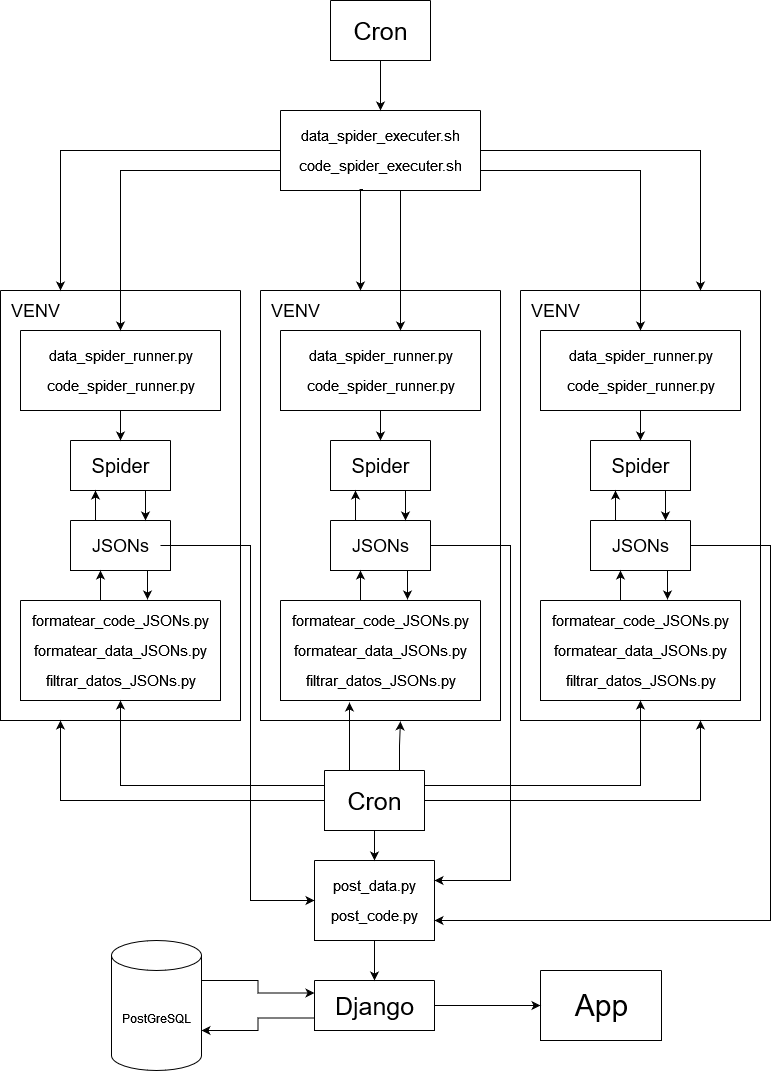
The draw.io diagram TFG_template/fig/arquitectura.png in ArkaitzOderiz/ScrapyScraping, before a commit. Source tidied: cells renumbered, new cells last; positions are measured from the earlier drawing's top-left corner, leaving out a move shared by most shapes.
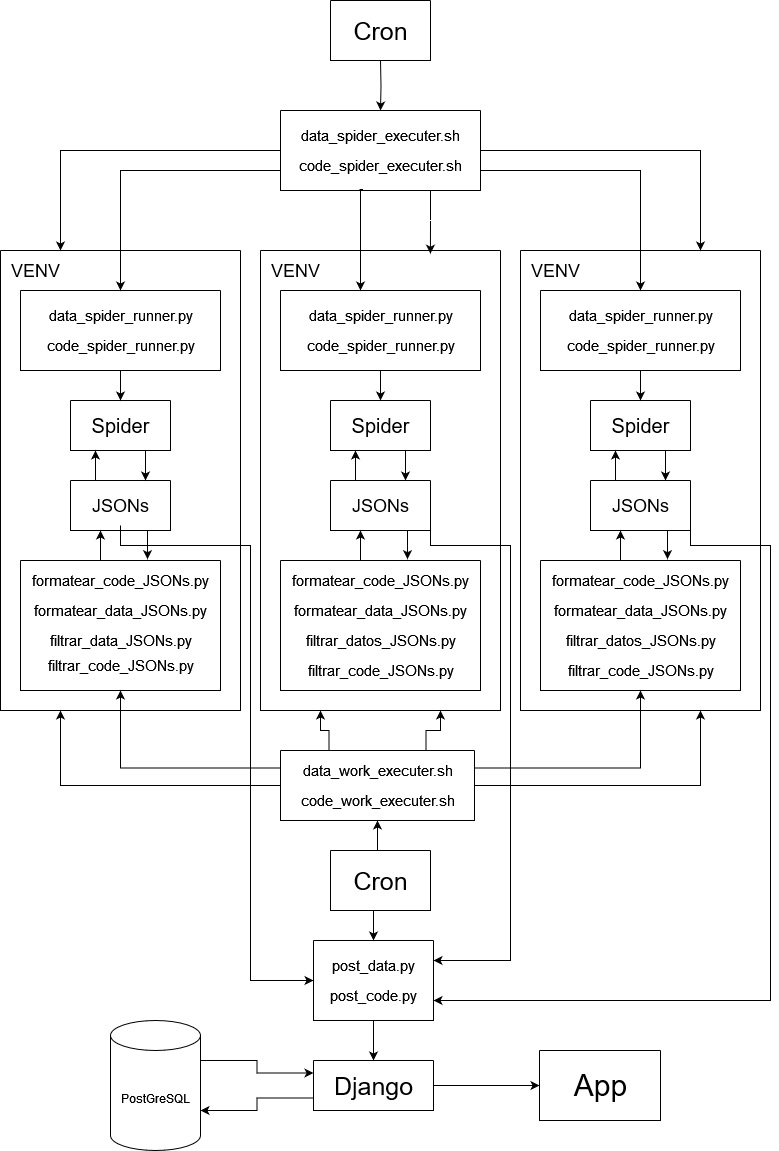
The same diagram one commit later.

Change to the diagram source:
```diff
@@ -3,7 +3,7 @@
     <mxCell id="0" />
     <mxCell id="1" parent="0" />
     <mxCell id="2" style="swimlane;startSize=0;" parent="1" vertex="1">
-      <mxGeometry y="290" width="240" height="430" as="geometry" />
+      <mxGeometry y="250" width="240" height="460" as="geometry" />
     </mxCell>
     <mxCell id="3" style="edgeStyle=orthogonalEdgeStyle;rounded=0;jettySize=auto;html=1;exitX=0.75;exitY=1;exitDx=0;exitDy=0;entryX=0.75;entryY=0;entryDx=0;entryDy=0;" parent="2" edge="1" source="4" target="7">
       <mxGeometry relative="1" as="geometry" />
@@ -40,14 +40,14 @@
     </mxCell>
     <mxCell id="14" style="edgeStyle=orthogonalEdgeStyle;rounded=0;jettySize=auto;html=1;" parent="1" edge="1" source="15">
       <mxGeometry relative="1" as="geometry">
-        <mxPoint x="100" y="570" as="targetPoint" />
+        <mxPoint x="100" y="530" as="targetPoint" />
         <Array as="points">
-          <mxPoint x="100" y="570" />
+          <mxPoint x="100" y="530" />
         </Array>
       </mxGeometry>
     </mxCell>
     <mxCell id="15" style="swimlane;startSize=0;" parent="1" vertex="1">
-      <mxGeometry x="20" y="600" width="200" height="100" as="geometry" />
+      <mxGeometry x="20" y="560" width="200" height="130" as="geometry" />
     </mxCell>
     <mxCell id="16" value="formatear_code_JSONs.py" style="text;html=1;align=center;verticalAlign=middle;strokeColor=none;fillColor=none;fontSize=15;" parent="15" vertex="1">
       <mxGeometry y="5" width="200" height="30" as="geometry" />
@@ -55,14 +55,17 @@
     <mxCell id="17" value="formatear_data_JSONs.py" style="text;html=1;align=center;verticalAlign=middle;strokeColor=none;fillColor=none;fontSize=15;" parent="15" vertex="1">
       <mxGeometry y="35" width="200" height="30" as="geometry" />
     </mxCell>
-    <mxCell id="18" value="filtrar_datos_JSONs.py" style="text;html=1;align=center;verticalAlign=middle;strokeColor=none;fillColor=none;fontSize=15;" parent="15" vertex="1">
+    <mxCell id="18" value="filtrar_data_JSONs.py" style="text;html=1;align=center;verticalAlign=middle;strokeColor=none;fillColor=none;fontSize=15;" parent="15" vertex="1">
       <mxGeometry x="15" y="65" width="170" height="30" as="geometry" />
     </mxCell>
+    <mxCell id="92" value="filtrar_code_JSONs.py" style="text;html=1;align=center;verticalAlign=middle;strokeColor=none;fillColor=none;fontSize=15;" parent="15" vertex="1">
+      <mxGeometry x="15" y="90" width="170" height="30" as="geometry" />
+    </mxCell>
     <mxCell id="19" style="edgeStyle=orthogonalEdgeStyle;rounded=0;jettySize=auto;html=1;exitX=0.75;exitY=1;exitDx=0;exitDy=0;entryX=0.635;entryY=-0.01;entryDx=0;entryDy=0;entryPerimeter=0;" parent="1" edge="1" source="7" target="15">
       <mxGeometry relative="1" as="geometry" />
     </mxCell>
     <mxCell id="20" style="swimlane;startSize=0;" parent="1" vertex="1">
-      <mxGeometry x="260" y="290" width="240" height="430" as="geometry" />
+      <mxGeometry x="260" y="250" width="240" height="460" as="geometry" />
     </mxCell>
     <mxCell id="21" style="edgeStyle=orthogonalEdgeStyle;rounded=0;jettySize=auto;html=1;exitX=0.75;exitY=1;exitDx=0;exitDy=0;entryX=0.75;entryY=0;entryDx=0;entryDy=0;" parent="20" edge="1" source="22" target="25">
       <mxGeometry relative="1" as="geometry" />
@@ -98,7 +101,7 @@
       <mxGeometry width="70" height="40" as="geometry" />
     </mxCell>
     <mxCell id="32" style="swimlane;startSize=0;" parent="20" vertex="1">
-      <mxGeometry x="20" y="310" width="200" height="100" as="geometry" />
+      <mxGeometry x="20" y="310" width="200" height="130" as="geometry" />
     </mxCell>
     <mxCell id="33" value="formatear_code_JSONs.py" style="text;html=1;align=center;verticalAlign=middle;strokeColor=none;fillColor=none;fontSize=15;" parent="32" vertex="1">
       <mxGeometry y="5" width="200" height="30" as="geometry" />
@@ -109,19 +112,22 @@
     <mxCell id="35" value="filtrar_datos_JSONs.py" style="text;html=1;align=center;verticalAlign=middle;strokeColor=none;fillColor=none;fontSize=15;" parent="32" vertex="1">
       <mxGeometry x="15" y="65" width="170" height="30" as="geometry" />
     </mxCell>
+    <mxCell id="93" value="filtrar_code_JSONs.py" style="text;html=1;align=center;verticalAlign=middle;strokeColor=none;fillColor=none;fontSize=15;" parent="32" vertex="1">
+      <mxGeometry x="15" y="95" width="170" height="30" as="geometry" />
+    </mxCell>
     <mxCell id="36" style="edgeStyle=orthogonalEdgeStyle;rounded=0;jettySize=auto;html=1;exitX=0.75;exitY=1;exitDx=0;exitDy=0;entryX=0.635;entryY=-0.01;entryDx=0;entryDy=0;entryPerimeter=0;" parent="20" edge="1" source="25" target="32">
       <mxGeometry relative="1" as="geometry" />
     </mxCell>
     <mxCell id="37" style="edgeStyle=orthogonalEdgeStyle;rounded=0;jettySize=auto;html=1;" parent="1" edge="1" source="32">
       <mxGeometry relative="1" as="geometry">
-        <mxPoint x="360" y="570" as="targetPoint" />
+        <mxPoint x="360" y="530" as="targetPoint" />
         <Array as="points">
-          <mxPoint x="360" y="570" />
+          <mxPoint x="360" y="530" />
         </Array>
       </mxGeometry>
     </mxCell>
     <mxCell id="38" style="swimlane;startSize=0;" parent="1" vertex="1">
-      <mxGeometry x="520" y="290" width="240" height="430" as="geometry" />
+      <mxGeometry x="520" y="250" width="240" height="460" as="geometry" />
     </mxCell>
     <mxCell id="39" style="edgeStyle=orthogonalEdgeStyle;rounded=0;jettySize=auto;html=1;exitX=0.75;exitY=1;exitDx=0;exitDy=0;entryX=0.75;entryY=0;entryDx=0;entryDy=0;" parent="38" edge="1" source="40" target="43">
       <mxGeometry relative="1" as="geometry" />
@@ -158,14 +164,14 @@
     </mxCell>
     <mxCell id="50" style="edgeStyle=orthogonalEdgeStyle;rounded=0;jettySize=auto;html=1;" parent="1" edge="1" source="51">
       <mxGeometry relative="1" as="geometry">
-        <mxPoint x="620" y="570" as="targetPoint" />
+        <mxPoint x="620" y="530" as="targetPoint" />
         <Array as="points">
-          <mxPoint x="620" y="570" />
+          <mxPoint x="620" y="530" />
         </Array>
       </mxGeometry>
     </mxCell>
     <mxCell id="51" style="swimlane;startSize=0;" parent="1" vertex="1">
-      <mxGeometry x="540" y="600" width="200" height="100" as="geometry" />
+      <mxGeometry x="540" y="560" width="200" height="130" as="geometry" />
     </mxCell>
     <mxCell id="52" value="formatear_code_JSONs.py" style="text;html=1;align=center;verticalAlign=middle;strokeColor=none;fillColor=none;fontSize=15;" parent="51" vertex="1">
       <mxGeometry y="5" width="200" height="30" as="geometry" />
@@ -176,6 +182,9 @@
     <mxCell id="54" value="filtrar_datos_JSONs.py" style="text;html=1;align=center;verticalAlign=middle;strokeColor=none;fillColor=none;fontSize=15;" parent="51" vertex="1">
       <mxGeometry x="15" y="65" width="170" height="30" as="geometry" />
     </mxCell>
+    <mxCell id="94" value="filtrar_code_JSONs.py" style="text;html=1;align=center;verticalAlign=middle;strokeColor=none;fillColor=none;fontSize=15;" parent="51" vertex="1">
+      <mxGeometry x="15" y="95" width="170" height="30" as="geometry" />
+    </mxCell>
     <mxCell id="55" style="edgeStyle=orthogonalEdgeStyle;rounded=0;jettySize=auto;html=1;exitX=0.75;exitY=1;exitDx=0;exitDy=0;entryX=0.635;entryY=-0.01;entryDx=0;entryDy=0;entryPerimeter=0;" parent="1" edge="1" source="43" target="51">
       <mxGeometry relative="1" as="geometry" />
     </mxCell>
@@ -201,15 +210,9 @@
         </Array>
       </mxGeometry>
     </mxCell>
-    <mxCell id="61" style="edgeStyle=orthogonalEdgeStyle;rounded=0;jettySize=auto;html=1;exitX=0.605;exitY=1;exitDx=0;exitDy=0;exitPerimeter=0;" parent="1" edge="1" source="62">
-      <mxGeometry relative="1" as="geometry">
-        <mxPoint x="400" y="330" as="targetPoint" />
-        <Array as="points">
-          <mxPoint x="400" y="190" />
-          <mxPoint x="400" y="330" />
-        </Array>
-      </mxGeometry>
-    </mxCell>
+    <mxCell id="95" style="edgeStyle=orthogonalEdgeStyle;rounded=0;jettySize=auto;html=1;exitX=0.75;exitY=1;exitDx=0;exitDy=0;entryX=0.708;entryY=0.007;entryDx=0;entryDy=0;entryPerimeter=0;" parent="1" edge="1" source="62" target="20">
+      <mxGeometry relative="1" as="geometry" />
+    </mxCell>
     <mxCell id="62" style="swimlane;startSize=0;" parent="1" vertex="1">
       <mxGeometry x="280" y="110" width="200" height="80" as="geometry" />
     </mxCell>
@@ -219,20 +222,16 @@
     <mxCell id="64" value="data_spider_executer.sh" style="text;html=1;align=center;verticalAlign=middle;strokeColor=none;fillColor=none;fontSize=15;" parent="62" vertex="1">
       <mxGeometry x="10" y="10" width="180" height="30" as="geometry" />
     </mxCell>
-    <mxCell id="65" style="edgeStyle=orthogonalEdgeStyle;rounded=0;jettySize=auto;html=1;exitX=0.5;exitY=1;exitDx=0;exitDy=0;entryX=0.5;entryY=0;entryDx=0;entryDy=0;" parent="1" edge="1" source="66" target="62">
-      <mxGeometry relative="1" as="geometry" />
+    <mxCell id="65" style="edgeStyle=orthogonalEdgeStyle;rounded=0;jettySize=auto;html=1;exitX=0.5;exitY=1;exitDx=0;exitDy=0;entryX=0.5;entryY=0;entryDx=0;entryDy=0;" parent="1" edge="1" target="62">
+      <mxGeometry relative="1" as="geometry">
+        <mxPoint x="380" y="60" as="sourcePoint" />
+      </mxGeometry>
     </mxCell>
-    <mxCell id="66" style="swimlane;startSize=0;" parent="1" vertex="1">
-      <mxGeometry x="330" width="100" height="60" as="geometry" />
-    </mxCell>
-    <mxCell id="67" value="Cron" style="text;html=1;align=center;verticalAlign=middle;strokeColor=none;fillColor=none;fontSize=25;" parent="66" vertex="1">
-      <mxGeometry x="10" y="10" width="80" height="40" as="geometry" />
-    </mxCell>
     <mxCell id="68" style="edgeStyle=orthogonalEdgeStyle;rounded=0;jettySize=auto;html=1;exitX=0.5;exitY=1;exitDx=0;exitDy=0;entryX=0.5;entryY=0;entryDx=0;entryDy=0;" parent="1" edge="1" source="69" target="77">
       <mxGeometry relative="1" as="geometry" />
     </mxCell>
     <mxCell id="69" style="swimlane;startSize=0;" parent="1" vertex="1">
-      <mxGeometry x="314" y="860" width="120" height="80" as="geometry" />
+      <mxGeometry x="313" y="940" width="120" height="80" as="geometry" />
     </mxCell>
     <mxCell id="70" value="post_data.py" style="text;html=1;align=center;verticalAlign=middle;strokeColor=none;fillColor=none;fontSize=15;" parent="69" vertex="1">
       <mxGeometry x="5" y="10" width="110" height="30" as="geometry" />
@@ -243,24 +242,27 @@
     <mxCell id="72" style="edgeStyle=orthogonalEdgeStyle;rounded=0;jettySize=auto;html=1;entryX=0;entryY=0.5;entryDx=0;entryDy=0;" parent="1" edge="1" source="8" target="69">
       <mxGeometry relative="1" as="geometry">
         <Array as="points">
+          <mxPoint x="120" y="545" />
           <mxPoint x="250" y="545" />
-          <mxPoint x="250" y="900" />
+          <mxPoint x="250" y="980" />
         </Array>
       </mxGeometry>
     </mxCell>
     <mxCell id="73" style="edgeStyle=orthogonalEdgeStyle;rounded=0;jettySize=auto;html=1;exitX=1;exitY=0.5;exitDx=0;exitDy=0;entryX=1;entryY=0.25;entryDx=0;entryDy=0;" parent="1" edge="1" source="25" target="69">
       <mxGeometry relative="1" as="geometry">
         <Array as="points">
+          <mxPoint x="430" y="545" />
           <mxPoint x="510" y="545" />
-          <mxPoint x="510" y="880" />
+          <mxPoint x="510" y="960" />
         </Array>
       </mxGeometry>
     </mxCell>
     <mxCell id="74" style="edgeStyle=orthogonalEdgeStyle;rounded=0;jettySize=auto;html=1;exitX=1;exitY=0.5;exitDx=0;exitDy=0;entryX=1;entryY=0.75;entryDx=0;entryDy=0;" parent="1" edge="1" source="43" target="69">
       <mxGeometry relative="1" as="geometry">
         <Array as="points">
+          <mxPoint x="690" y="545" />
           <mxPoint x="770" y="545" />
-          <mxPoint x="770" y="920" />
+          <mxPoint x="770" y="1000" />
         </Array>
       </mxGeometry>
     </mxCell>
@@ -271,7 +273,7 @@
       <mxGeometry relative="1" as="geometry" />
     </mxCell>
     <mxCell id="77" style="swimlane;startSize=0;" parent="1" vertex="1">
-      <mxGeometry x="314" y="980" width="120" height="50" as="geometry" />
+      <mxGeometry x="313" y="1060" width="120" height="50" as="geometry" />
     </mxCell>
     <mxCell id="78" value="Django" style="text;html=1;align=center;verticalAlign=middle;strokeColor=none;fillColor=none;fontSize=25;" parent="77" vertex="1">
       <mxGeometry x="10" y="5" width="100" height="40" as="geometry" />
@@ -280,11 +282,8 @@
       <mxGeometry relative="1" as="geometry" />
     </mxCell>
     <mxCell id="80" value="PostGreSQL" style="shape=cylinder3;whiteSpace=wrap;html=1;boundedLbl=1;backgroundOutline=1;size=15;" parent="1" vertex="1">
-      <mxGeometry x="111" y="940" width="90" height="130" as="geometry" />
+      <mxGeometry x="110" y="1020" width="90" height="130" as="geometry" />
     </mxCell>
-    <mxCell id="81" style="edgeStyle=orthogonalEdgeStyle;rounded=0;jettySize=auto;html=1;exitX=0.5;exitY=1;exitDx=0;exitDy=0;entryX=0.5;entryY=0;entryDx=0;entryDy=0;" parent="1" edge="1" source="88" target="69">
-      <mxGeometry relative="1" as="geometry" />
-    </mxCell>
     <mxCell id="82" style="edgeStyle=orthogonalEdgeStyle;rounded=0;jettySize=auto;html=1;exitX=0;exitY=0.5;exitDx=0;exitDy=0;entryX=0.25;entryY=1;entryDx=0;entryDy=0;" parent="1" edge="1" source="88" target="2">
       <mxGeometry relative="1" as="geometry" />
     </mxCell>
@@ -297,23 +296,44 @@
     <mxCell id="85" style="edgeStyle=orthogonalEdgeStyle;rounded=0;jettySize=auto;html=1;exitX=1;exitY=0.25;exitDx=0;exitDy=0;entryX=0.5;entryY=1;entryDx=0;entryDy=0;" parent="1" edge="1" source="88" target="51">
       <mxGeometry relative="1" as="geometry" />
     </mxCell>
-    <mxCell id="86" style="edgeStyle=orthogonalEdgeStyle;rounded=0;jettySize=auto;html=1;exitX=0.75;exitY=0;exitDx=0;exitDy=0;entryX=0.583;entryY=1.002;entryDx=0;entryDy=0;entryPerimeter=0;" parent="1" edge="1" source="88" target="20">
-      <mxGeometry relative="1" as="geometry" />
-    </mxCell>
-    <mxCell id="87" style="edgeStyle=orthogonalEdgeStyle;rounded=0;jettySize=auto;html=1;exitX=0.25;exitY=0;exitDx=0;exitDy=0;entryX=0.345;entryY=1.02;entryDx=0;entryDy=0;entryPerimeter=0;" parent="1" edge="1" source="88" target="32">
-      <mxGeometry relative="1" as="geometry" />
-    </mxCell>
+    <mxCell id="96" style="edgeStyle=orthogonalEdgeStyle;rounded=0;jettySize=auto;html=1;exitX=0.25;exitY=0;exitDx=0;exitDy=0;entryX=0.25;entryY=1;entryDx=0;entryDy=0;" parent="1" edge="1" source="88" target="20">
+      <mxGeometry relative="1" as="geometry" />
+    </mxCell>
+    <mxCell id="97" style="edgeStyle=orthogonalEdgeStyle;rounded=0;jettySize=auto;html=1;exitX=0.75;exitY=0;exitDx=0;exitDy=0;entryX=0.75;entryY=1;entryDx=0;entryDy=0;" parent="1" edge="1" source="88" target="20">
+      <mxGeometry relative="1" as="geometry" />
+    </mxCell>
     <mxCell id="88" style="swimlane;startSize=0;" parent="1" vertex="1">
-      <mxGeometry x="324" y="770" width="100" height="60" as="geometry" />
+      <mxGeometry x="280" y="750" width="194" height="70" as="geometry" />
     </mxCell>
-    <mxCell id="89" value="Cron" style="text;html=1;align=center;verticalAlign=middle;strokeColor=none;fillColor=none;fontSize=25;" parent="88" vertex="1">
-      <mxGeometry x="10" y="10" width="80" height="40" as="geometry" />
-    </mxCell>
+    <mxCell id="98" value="data_work_executer.sh" style="text;html=1;align=center;verticalAlign=middle;strokeColor=none;fillColor=none;fontSize=15;" parent="88" vertex="1">
+      <mxGeometry x="12" y="5" width="170" height="30" as="geometry" />
+    </mxCell>
+    <mxCell id="99" value="code_work_executer.sh" style="text;html=1;align=center;verticalAlign=middle;strokeColor=none;fillColor=none;fontSize=15;" parent="88" vertex="1">
+      <mxGeometry x="7" y="35" width="180" height="30" as="geometry" />
+    </mxCell>
     <mxCell id="90" style="swimlane;startSize=0;" parent="1" vertex="1">
-      <mxGeometry x="540" y="970" width="121" height="70" as="geometry" />
+      <mxGeometry x="539" y="1050" width="121" height="70" as="geometry" />
     </mxCell>
     <mxCell id="91" value="App" style="text;html=1;align=center;verticalAlign=middle;strokeColor=none;fillColor=none;fontSize=30;" parent="90" vertex="1">
       <mxGeometry x="20.5" y="10" width="80" height="50" as="geometry" />
     </mxCell>
+    <mxCell id="66" style="swimlane;startSize=0;" parent="1" vertex="1">
+      <mxGeometry x="330" width="100" height="60" as="geometry" />
+    </mxCell>
+    <mxCell id="100" value="Cron" style="text;html=1;align=center;verticalAlign=middle;strokeColor=none;fillColor=none;fontSize=25;" parent="66" vertex="1">
+      <mxGeometry x="10" y="10" width="80" height="40" as="geometry" />
+    </mxCell>
+    <mxCell id="101" style="edgeStyle=orthogonalEdgeStyle;rounded=0;jettySize=auto;html=1;exitX=0.5;exitY=0;exitDx=0;exitDy=0;entryX=0.5;entryY=1;entryDx=0;entryDy=0;" parent="1" edge="1" source="103" target="88">
+      <mxGeometry relative="1" as="geometry" />
+    </mxCell>
+    <mxCell id="102" style="edgeStyle=orthogonalEdgeStyle;rounded=0;jettySize=auto;html=1;exitX=0.5;exitY=1;exitDx=0;exitDy=0;entryX=0.5;entryY=0;entryDx=0;entryDy=0;" parent="1" edge="1" source="103" target="69">
+      <mxGeometry relative="1" as="geometry" />
+    </mxCell>
+    <mxCell id="103" style="swimlane;startSize=0;" parent="1" vertex="1">
+      <mxGeometry x="330" y="850" width="100" height="60" as="geometry" />
+    </mxCell>
+    <mxCell id="104" value="Cron" style="text;html=1;align=center;verticalAlign=middle;strokeColor=none;fillColor=none;fontSize=25;" parent="103" vertex="1">
+      <mxGeometry x="10" y="10" width="80" height="40" as="geometry" />
+    </mxCell>
   </root>
 </mxGraphModel>
```
